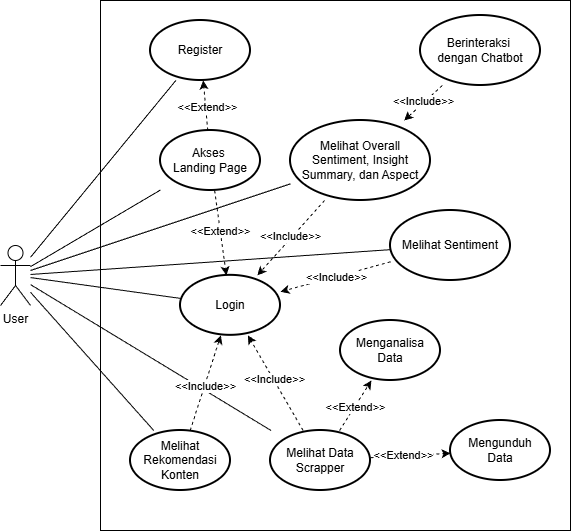
Before: gambar/usecase-TA.png, a diagram exported from draw.io (NasFahmi/Laporan-Tugas-Akhir). Source tidied: cells renumbered, new cells last; positions are measured from the earlier drawing's top-left corner, leaving out a move shared by most shapes.
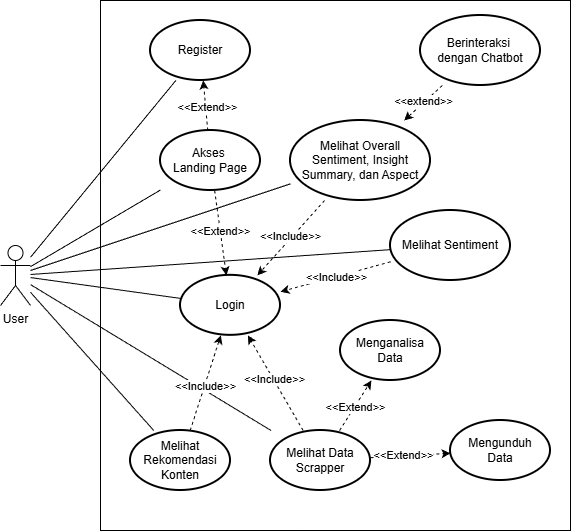
The same file after the commit.

What changed in the source:
```diff
@@ -112,7 +112,7 @@
     <mxCell id="37" style="rounded=0;jettySize=auto;html=1;dashed=1;" parent="1" edge="1" source="36" target="29">
       <mxGeometry relative="1" as="geometry" />
     </mxCell>
-    <mxCell id="38" value="&amp;lt;&amp;lt;Include&amp;gt;&amp;gt;" style="edgeLabel;html=1;align=center;verticalAlign=middle;" parent="37" vertex="1">
+    <mxCell id="38" value="&amp;lt;&amp;lt;extend&amp;gt;&amp;gt;" style="edgeLabel;html=1;align=center;verticalAlign=middle;" parent="37" vertex="1">
       <mxGeometry x="-0.03" y="-2" relative="1" as="geometry" />
     </mxCell>
   </root>
```
